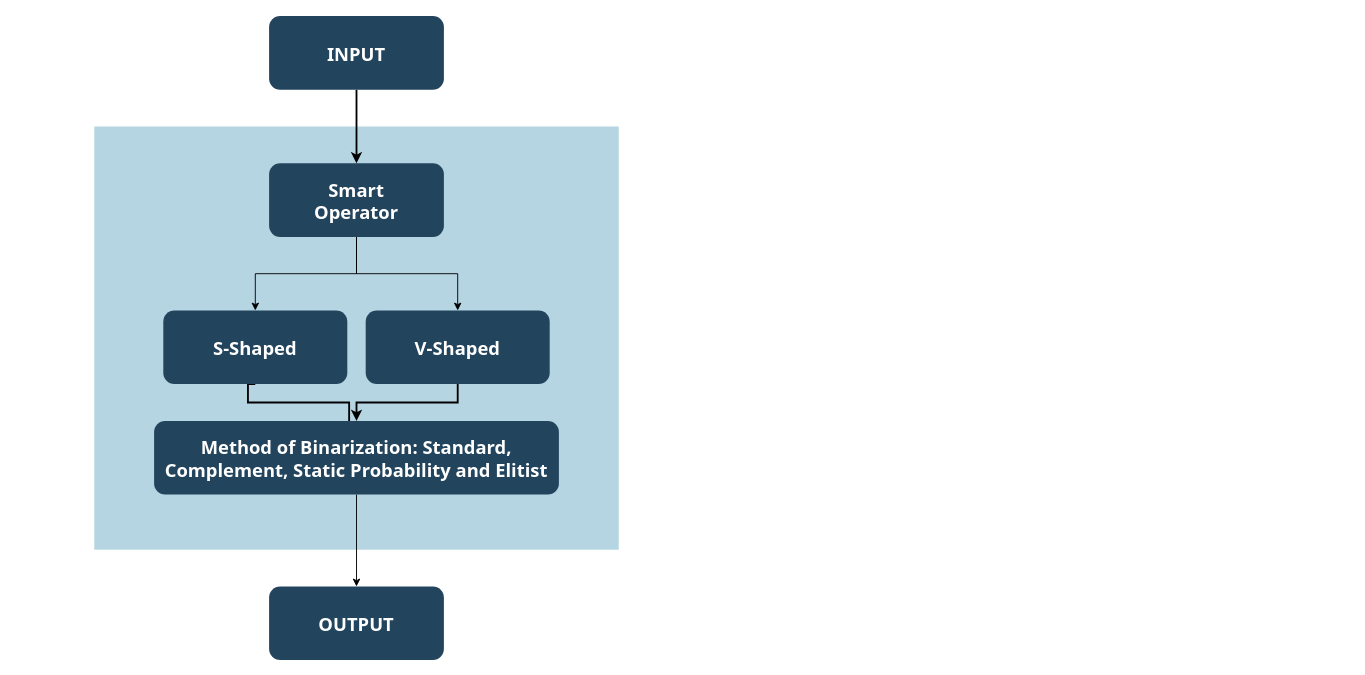
This is Diagrama_HiperBina.drawio from joselemusr/diagrams_draw.io, a draw.io file, before an edit. Source tidied: cells renumbered, new cells numbered last; positions are measured from the earlier drawing's top-left corner, leaving out a move shared by most shapes. Both pictures are drawn from the tidied source at 92%, with x=0, y=0 at pixel (16, 16).
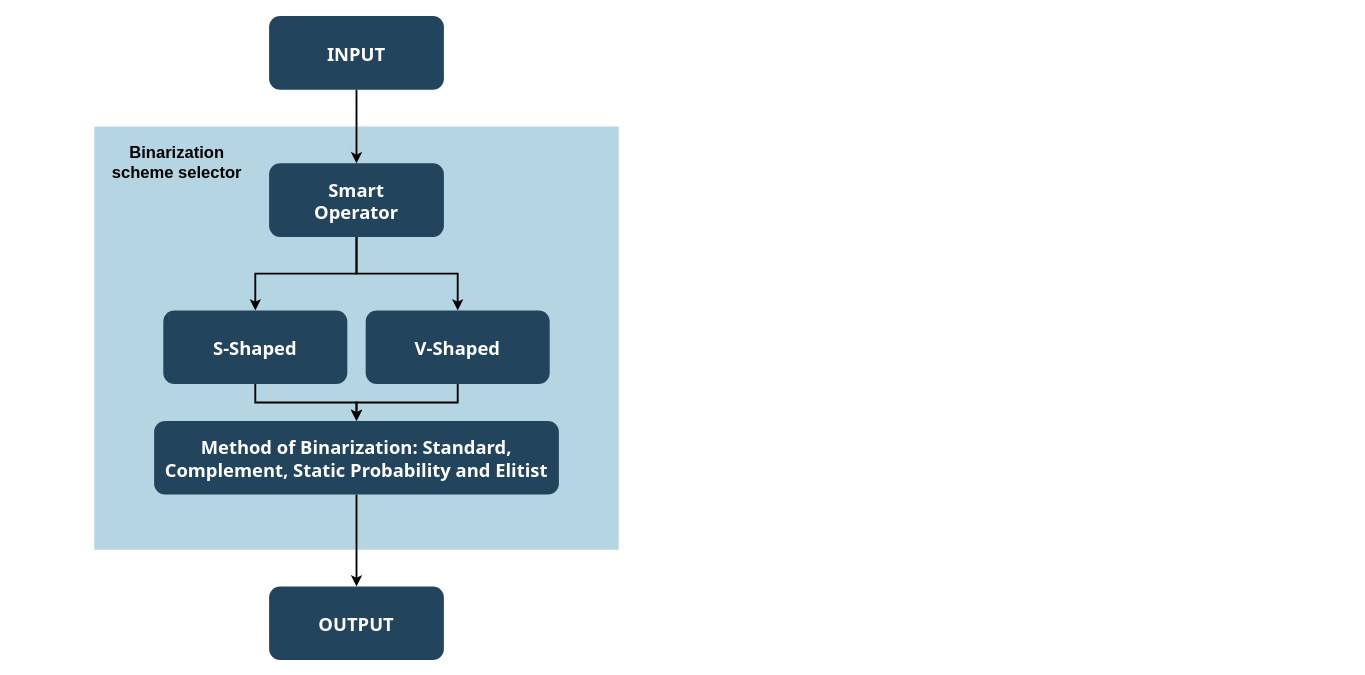
After the change.

The edit, as a diff of the source:
```diff
@@
 <mxGraphModel background="#ffffff">
   <root>
     <mxCell id="0" />
     <mxCell id="1" parent="0" />
     <mxCell id="2" style="group;" parent="1" vertex="1">
       <mxGeometry width="1450" height="700" as="geometry" />
     </mxCell>
     <mxCell id="3" style="fillColor=#10739E;strokeColor=none;opacity=30;" parent="2" vertex="1">
       <mxGeometry x="85" y="120" width="570" height="460" as="geometry" />
     </mxCell>
-    <mxCell id="4" style="edgeStyle=orthogonalEdgeStyle;rounded=0;jettySize=auto;html=1;" parent="2" edge="1" source="6" target="7">
+    <mxCell id="4" style="edgeStyle=orthogonalEdgeStyle;rounded=0;jettySize=auto;html=1;strokeWidth=2;" parent="2" edge="1" source="6" target="7">
       <mxGeometry relative="1" as="geometry" />
     </mxCell>
-    <mxCell id="5" style="edgeStyle=orthogonalEdgeStyle;rounded=0;jettySize=auto;html=1;" parent="2" edge="1" source="6" target="9">
+    <mxCell id="5" style="edgeStyle=orthogonalEdgeStyle;rounded=0;jettySize=auto;html=1;strokeWidth=2;" parent="2" edge="1" source="6" target="9">
       <mxGeometry relative="1" as="geometry" />
     </mxCell>
     <mxCell id="6" value="Smart &#10;Operator" style="rounded=1;fillColor=#23445D;gradientColor=none;strokeColor=none;fontColor=#FFFFFF;fontStyle=1;fontFamily=Tahoma;fontSize=20;" parent="2" vertex="1">
       <mxGeometry x="275" y="160" width="190" height="80" as="geometry" />
     </mxCell>
     <mxCell id="7" value="V-Shaped" style="rounded=1;fillColor=#23445D;gradientColor=none;strokeColor=none;fontColor=#FFFFFF;fontStyle=1;fontFamily=Tahoma;fontSize=20;" parent="2" vertex="1">
       <mxGeometry x="380" y="320" width="200" height="80" as="geometry" />
     </mxCell>
-    <mxCell id="8" style="edgeStyle=orthogonalEdgeStyle;rounded=0;jettySize=auto;html=1;exitX=0.5;exitY=1;exitDx=0;exitDy=0;strokeWidth=2;" parent="2" edge="1" source="9">
+    <mxCell id="8" style="edgeStyle=orthogonalEdgeStyle;rounded=0;jettySize=auto;html=1;exitX=0.5;exitY=1;exitDx=0;exitDy=0;strokeWidth=2;entryX=0.5;entryY=0;entryDx=0;entryDy=0;" parent="2" edge="1" source="9" target="13">
       <mxGeometry relative="1" as="geometry">
-        <mxPoint x="362" y="460" as="targetPoint" />
         <Array as="points">
-          <mxPoint x="252" y="420" />
-          <mxPoint x="362" y="420" />
+          <mxPoint x="260" y="420" />
+          <mxPoint x="370" y="420" />
         </Array>
       </mxGeometry>
     </mxCell>
     <mxCell id="9" value="S-Shaped" style="rounded=1;fillColor=#23445D;gradientColor=none;strokeColor=none;fontColor=#FFFFFF;fontStyle=1;fontFamily=Tahoma;fontSize=20;" parent="2" vertex="1">
       <mxGeometry x="160" y="320" width="200" height="80" as="geometry" />
     </mxCell>
     <mxCell id="10" style="edgeStyle=orthogonalEdgeStyle;rounded=0;jettySize=auto;html=1;exitX=0.5;exitY=1;exitDx=0;exitDy=0;strokeWidth=2;" parent="2" edge="1" source="11" target="6">
       <mxGeometry relative="1" as="geometry" />
     </mxCell>
     <mxCell id="11" value="INPUT" style="rounded=1;fillColor=#23445D;gradientColor=none;strokeColor=none;fontColor=#FFFFFF;fontStyle=1;fontFamily=Tahoma;fontSize=20;" parent="2" vertex="1">
       <mxGeometry x="275" width="190" height="80" as="geometry" />
     </mxCell>
-    <mxCell id="12" style="edgeStyle=orthogonalEdgeStyle;rounded=0;jettySize=auto;html=1;entryX=0.5;entryY=0;entryDx=0;entryDy=0;" parent="2" edge="1" source="13" target="15">
+    <mxCell id="12" style="edgeStyle=orthogonalEdgeStyle;rounded=0;jettySize=auto;html=1;entryX=0.5;entryY=0;entryDx=0;entryDy=0;strokeWidth=2;" parent="2" edge="1" source="13" target="15">
       <mxGeometry relative="1" as="geometry" />
     </mxCell>
     <mxCell id="13" value="Method of Binarization: Standard, &#10;Complement, Static Probability and Elitist" style="rounded=1;fillColor=#23445D;gradientColor=none;strokeColor=none;fontColor=#FFFFFF;fontStyle=1;fontFamily=Tahoma;fontSize=20;" parent="2" vertex="1">
       <mxGeometry x="150" y="440" width="440" height="80" as="geometry" />
     </mxCell>
     <mxCell id="14" style="edgeStyle=orthogonalEdgeStyle;rounded=0;jettySize=auto;html=1;exitX=0.5;exitY=1;exitDx=0;exitDy=0;strokeWidth=2;" parent="2" edge="1" source="7" target="13">
       <mxGeometry relative="1" as="geometry" />
     </mxCell>
     <mxCell id="15" value="OUTPUT" style="rounded=1;fillColor=#23445D;gradientColor=none;strokeColor=none;fontColor=#FFFFFF;fontStyle=1;fontFamily=Tahoma;fontSize=20;" parent="2" vertex="1">
       <mxGeometry x="275" y="620" width="190" height="80" as="geometry" />
     </mxCell>
+    <mxCell id="16" value="&lt;font style=&quot;font-size: 18px&quot;&gt;&lt;b&gt;Binarization scheme selector&lt;/b&gt;&lt;/font&gt;" style="text;html=1;strokeColor=none;fillColor=none;align=center;verticalAlign=middle;whiteSpace=wrap;rounded=0;" parent="2" vertex="1">
+      <mxGeometry x="95" y="135" width="160" height="50" as="geometry" />
+    </mxCell>
   </root>
 </mxGraphModel>
```
